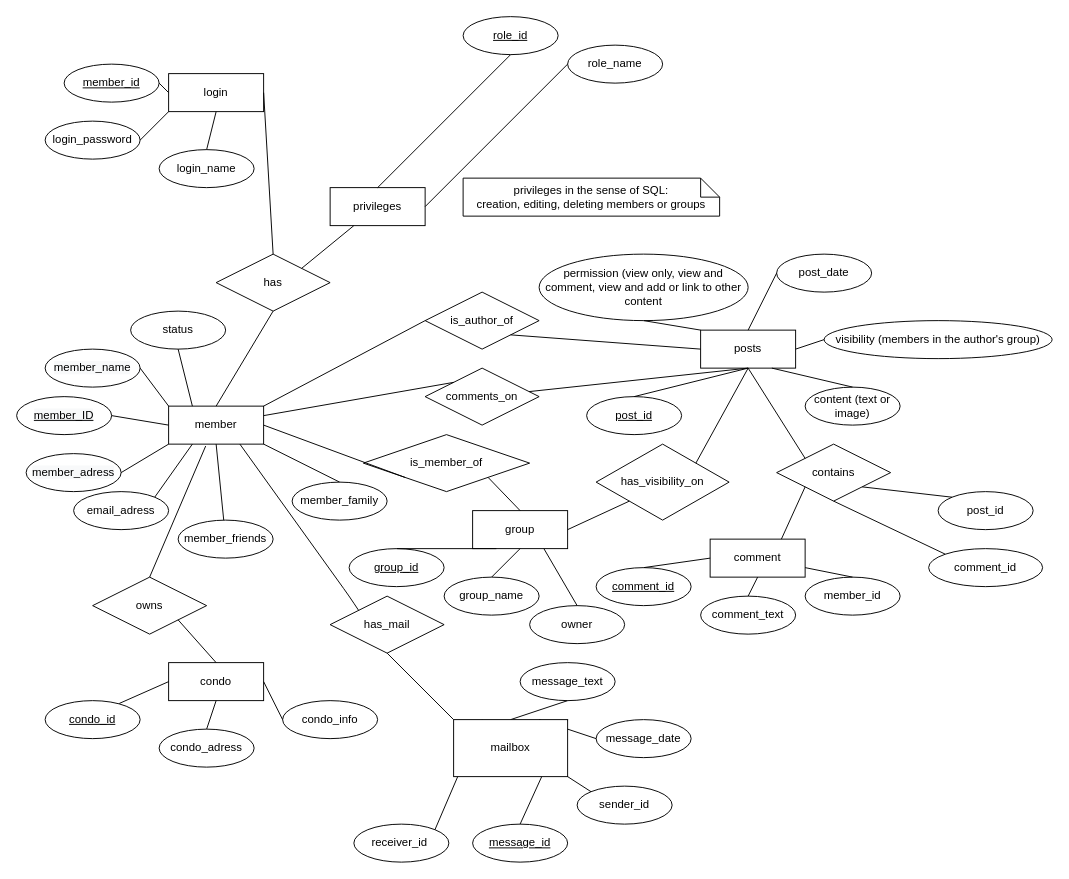
The draw.io diagram doc/ER_diagram_rev1.drawio in samgo1/Condo-Association-Project, before the edit. Source tidied: cells renumbered, new cells numbered last; positions are measured from the earlier drawing's top-left corner, leaving out a move shared by most shapes. Both pictures are drawn from the tidied source at 95%, with x=0, y=0 at pixel (16, 16).
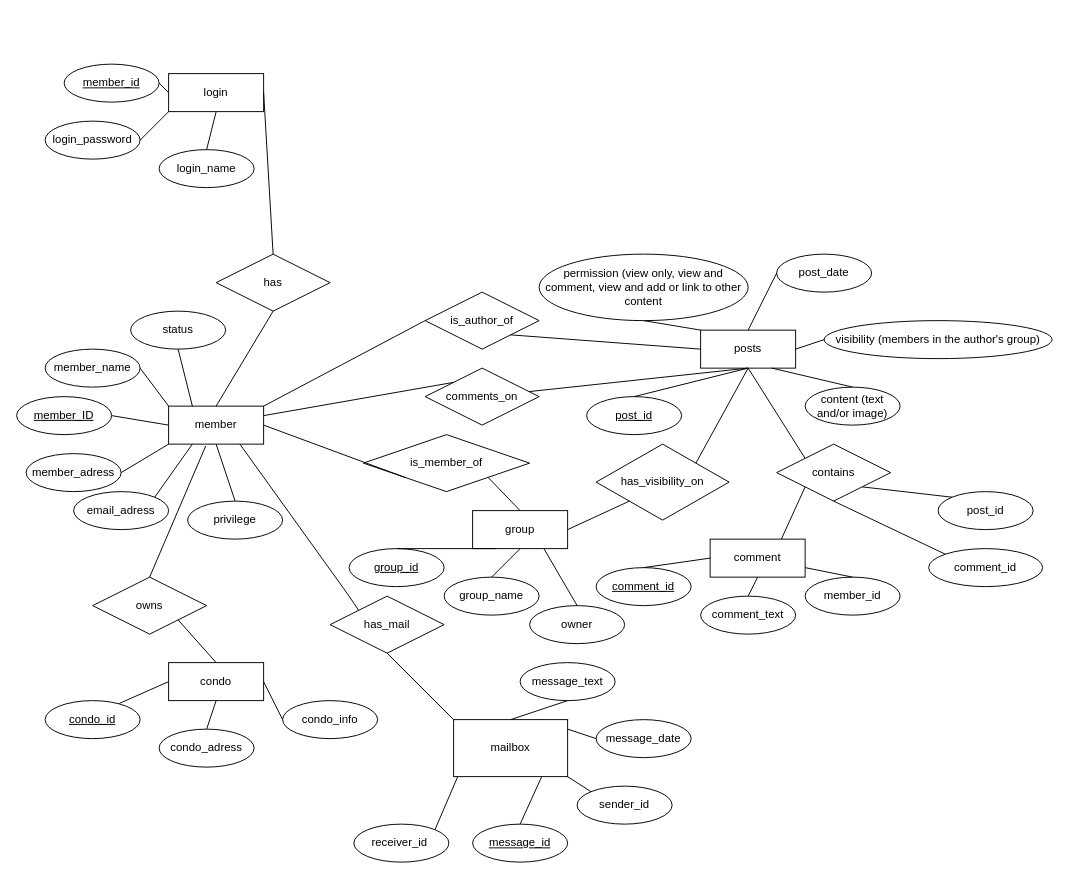
The same diagram, later.

Unchanged cells that the change refers to:
```xml
<mxCell id="2" value="member" style="whiteSpace=wrap;html=1;align=center;" parent="1" vertex="1">
  <mxGeometry x="160" y="410" width="100" height="40" as="geometry" />
</mxCell>
<mxCell id="6" value="has" style="shape=rhombus;perimeter=rhombusPerimeter;whiteSpace=wrap;html=1;align=center;" parent="1" vertex="1">
  <mxGeometry x="210" y="250" width="120" height="60" as="geometry" />
</mxCell>
<mxCell id="7" value="login" style="whiteSpace=wrap;html=1;align=center;" parent="1" vertex="1">
  <mxGeometry x="160" y="60" width="100" height="40" as="geometry" />
</mxCell>
```

Change to the diagram source:
```diff
@@
-    <mxCell id="4" value="member_family" style="ellipse;whiteSpace=wrap;html=1;align=center;" parent="1" vertex="1">
-      <mxGeometry x="290" y="490" width="100" height="40" as="geometry" />
-    </mxCell>
-    <mxCell id="5" value="member_friends" style="ellipse;whiteSpace=wrap;html=1;align=center;" parent="1" vertex="1">
-      <mxGeometry x="170" y="530" width="100" height="40" as="geometry" />
-    </mxCell>
@@
-    <mxCell id="17" value="privileges" style="whiteSpace=wrap;html=1;align=center;" parent="1" vertex="1">
-      <mxGeometry x="330" y="180" width="100" height="40" as="geometry" />
-    </mxCell>
-    <mxCell id="18" value="role_id" style="ellipse;whiteSpace=wrap;html=1;align=center;fontStyle=4;" parent="1" vertex="1">
-      <mxGeometry x="470" width="100" height="40" as="geometry" />
-    </mxCell>
-    <mxCell id="19" value="role_name" style="ellipse;whiteSpace=wrap;html=1;align=center;" parent="1" vertex="1">
-      <mxGeometry x="580" y="30" width="100" height="40" as="geometry" />
-    </mxCell>
-    <mxCell id="20" style="endArrow=none;html=1;entryX=0;entryY=0.5;entryDx=0;entryDy=0;exitX=1;exitY=0.5;exitDx=0;exitDy=0;" parent="1" edge="1" source="17" target="19">
-      <mxGeometry relative="1" as="geometry" />
-    </mxCell>
-    <mxCell id="21" style="endArrow=none;html=1;entryX=0.5;entryY=0;entryDx=0;entryDy=0;exitX=0.5;exitY=1;exitDx=0;exitDy=0;" parent="1" edge="1" source="18" target="17">
-      <mxGeometry relative="1" as="geometry" />
-    </mxCell>
-    <mxCell id="22" style="endArrow=none;html=1;entryX=1;entryY=0.5;entryDx=0;entryDy=0;exitX=0.5;exitY=0;exitDx=0;exitDy=0;" parent="1" edge="1" source="6" target="7">
+    <mxCell id="22" value="&lt;br&gt;" style="endArrow=none;html=1;entryX=1;entryY=0.5;entryDx=0;entryDy=0;exitX=0.5;exitY=0;exitDx=0;exitDy=0;" parent="1" edge="1" source="6" target="7">
       <mxGeometry relative="1" as="geometry" />
     </mxCell>
@@
-    <mxCell id="25" style="endArrow=none;html=1;exitX=1;exitY=1;exitDx=0;exitDy=0;entryX=0.5;entryY=0;entryDx=0;entryDy=0;" parent="1" edge="1" source="2" target="4">
-      <mxGeometry relative="1" as="geometry" />
-    </mxCell>
@@
-    <mxCell id="28" style="endArrow=none;html=1;entryX=0.5;entryY=1;entryDx=0;entryDy=0;" parent="1" edge="1" source="5" target="2">
-      <mxGeometry relative="1" as="geometry" />
-    </mxCell>
@@
-    <mxCell id="30" style="endArrow=none;html=1;exitX=1;exitY=0;exitDx=0;exitDy=0;entryX=0.25;entryY=1;entryDx=0;entryDy=0;" parent="1" edge="1" source="6" target="17">
-      <mxGeometry relative="1" as="geometry" />
-    </mxCell>
@@
-    <mxCell id="43" value="content (text or image)" style="ellipse;whiteSpace=wrap;html=1;align=center;" parent="1" vertex="1">
+    <mxCell id="43" value="content (text and/or image)" style="ellipse;whiteSpace=wrap;html=1;align=center;" parent="1" vertex="1">
       <mxGeometry x="830" y="390" width="100" height="40" as="geometry" />
     </mxCell>
@@
-    <mxCell id="100" value="privileges in the sense of SQL:&lt;br&gt;creation, editing, deleting members or groups" style="shape=note;size=20;whiteSpace=wrap;html=1;" parent="1" vertex="1">
-      <mxGeometry x="470" y="170" width="270" height="40" as="geometry" />
-    </mxCell>
@@
+    <mxCell id="103" style="endArrow=none;html=1;entryX=0.5;entryY=1;entryDx=0;entryDy=0;exitX=0.5;exitY=0;exitDx=0;exitDy=0;" parent="1" edge="1" source="104" target="2">
+      <mxGeometry relative="1" as="geometry" />
+    </mxCell>
+    <mxCell id="104" value="privilege" style="ellipse;whiteSpace=wrap;html=1;align=center;" parent="1" vertex="1">
+      <mxGeometry x="180" y="510" width="100" height="40" as="geometry" />
+    </mxCell>
```
